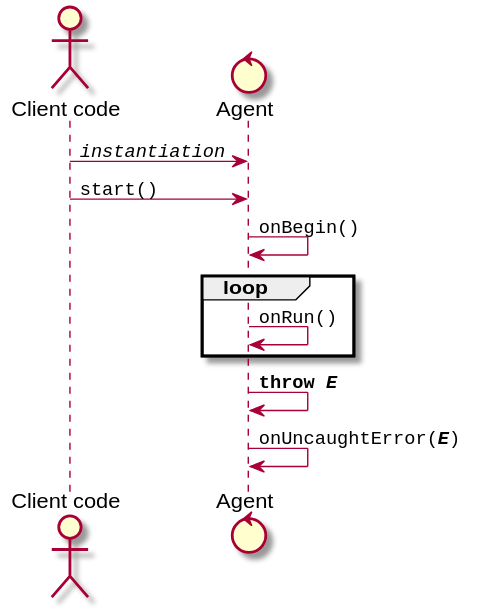
This is img/exceptional-flow-1.svg from pikalab-unibo/sd-lab-building-agents, a PlantUML export, as it was before one commit.
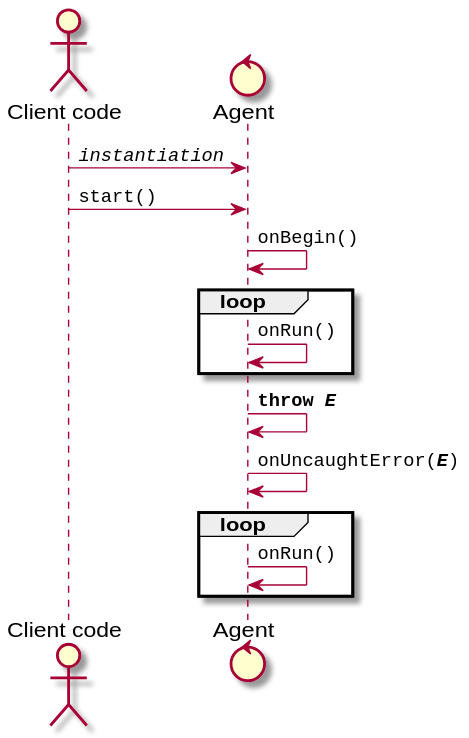
After the commit.

Diff of the diagram source:
```diff
@@ -15,4 +15,8 @@
 A -> A : ""**throw //E//**""
 
 A -> A : ""onUncaughtError(**//E//**)""
+
+loop
+A -> A : ""onRun()""
+end
 @enduml
```
